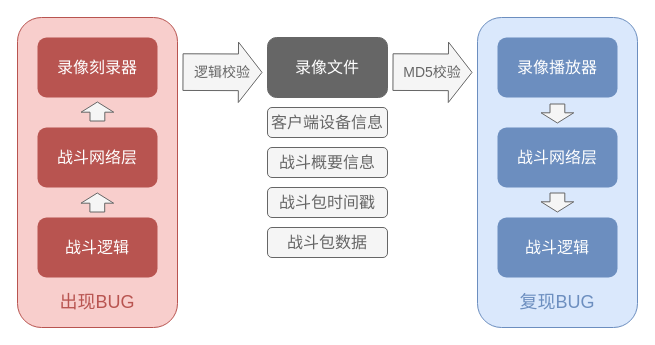
leoin2012/draw.io.files keeps this draw.io diagram as ppt战斗录像框架.drawio. Above is the earlier version. Source tidied: cells renumbered, new cells numbered last; positions are measured from the earlier drawing's top-left corner, leaving out a move shared by most shapes. Both pictures are drawn from the tidied source at 100%, with x=0, y=0 at pixel (17, 17).
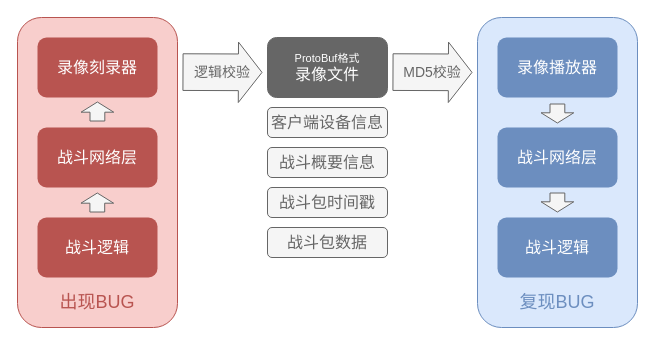
The same diagram, later.

Commit message:
更新ppt战斗录像框架.drawio

The edit, as a diff of the source:
```diff
@@
-    <mxCell id="6" value="&lt;font color=&quot;#ffffff&quot;&gt;&lt;span style=&quot;font-size: 16px&quot;&gt;录像文件&lt;/span&gt;&lt;/font&gt;" style="rounded=1;whiteSpace=wrap;html=1;fillColor=#666666;strokeColor=#666666;fontColor=#333333;" parent="1" vertex="1">
+    <mxCell id="6" value="&lt;font color=&quot;#ffffff&quot;&gt;&lt;font style=&quot;font-size: 11px&quot;&gt;ProtoBuf格式&lt;/font&gt;&lt;br&gt;&lt;span style=&quot;font-size: 16px&quot;&gt;录像文件&lt;/span&gt;&lt;/font&gt;" style="rounded=1;whiteSpace=wrap;html=1;fillColor=#666666;strokeColor=#666666;fontColor=#333333;" parent="1" vertex="1">
       <mxGeometry x="250" y="20" width="120" height="60" as="geometry" />
     </mxCell>
```
